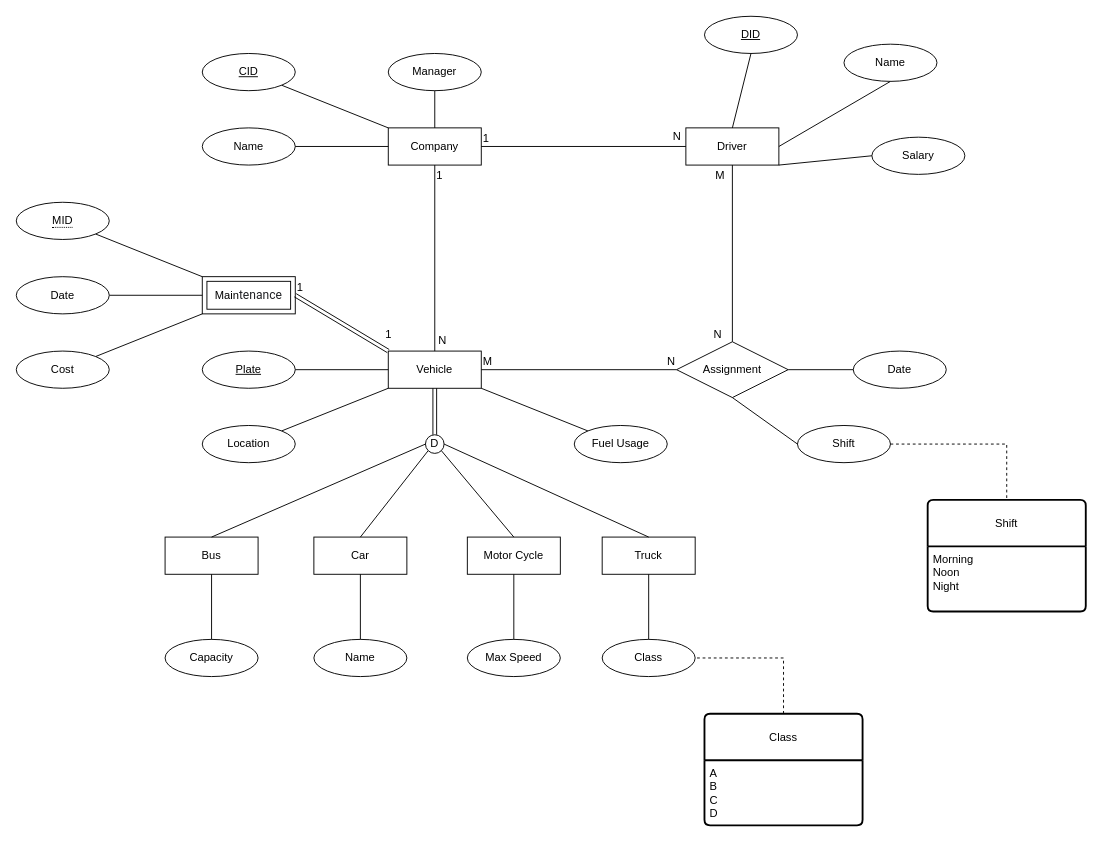
Before: ER Diagram.drawio in Shahab-Shahrashoob/Fleet-Management, a draw.io diagram. Source tidied: cells renumbered, new cells numbered last; positions are measured from the earlier drawing's top-left corner, leaving out a move shared by most shapes. Both pictures are drawn from the tidied source at 93%, with x=0, y=0 at pixel (16, 16).
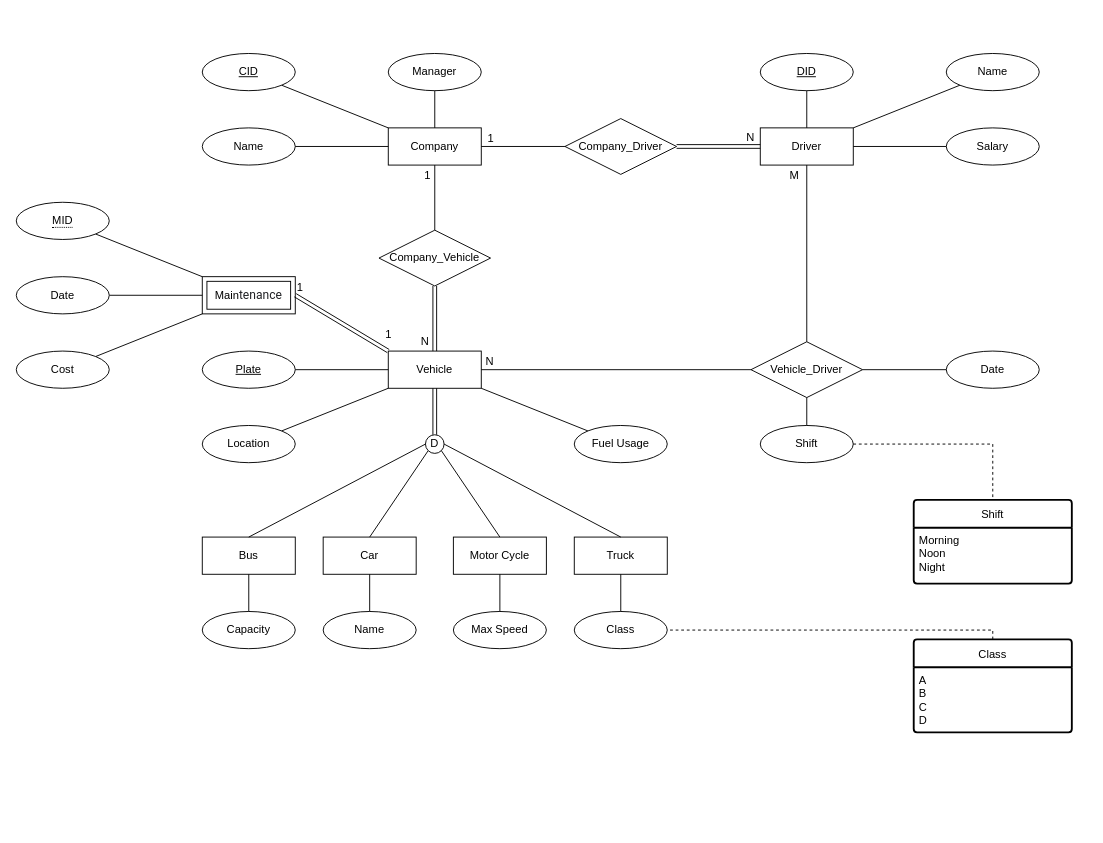
Above is the later version.

Unchanged cells that the change refers to:
```xml
<mxCell id="2" value="Company" style="whiteSpace=wrap;html=1;align=center;" parent="1" vertex="1">
  <mxGeometry x="400" y="120" width="100" height="40" as="geometry" />
</mxCell>
<mxCell id="3" value="Vehicle" style="whiteSpace=wrap;html=1;align=center;" parent="1" vertex="1">
  <mxGeometry x="400" y="360" width="100" height="40" as="geometry" />
</mxCell>
<mxCell id="40" style="endArrow=none;html=1;rounded=0;exitX=0.5;exitY=1;exitDx=0;exitDy=0;entryX=0.5;entryY=0;entryDx=0;entryDy=0;" parent="1" edge="1" source="4" target="23">
  <mxGeometry relative="1" as="geometry" />
</mxCell>
<mxCell id="43" style="endArrow=none;html=1;rounded=0;exitX=1;exitY=0.5;exitDx=0;exitDy=0;entryX=0;entryY=0.5;entryDx=0;entryDy=0;" parent="1" edge="1" source="3" target="23">
  <mxGeometry relative="1" as="geometry" />
</mxCell>
```

What changed in the source:
```diff
@@
     <mxCell id="4" value="Driver" style="whiteSpace=wrap;html=1;align=center;" parent="1" vertex="1">
-      <mxGeometry x="720" y="120" width="100" height="40" as="geometry" />
+      <mxGeometry x="800" y="120" width="100" height="40" as="geometry" />
     </mxCell>
@@
-    <mxCell id="6" style="endArrow=none;html=1;rounded=0;exitX=1;exitY=0.5;exitDx=0;exitDy=0;entryX=0;entryY=0.5;entryDx=0;entryDy=0;" parent="1" edge="1" source="2" target="4">
-      <mxGeometry relative="1" as="geometry" />
-    </mxCell>
-    <mxCell id="7" value="1" style="html=1;whiteSpace=wrap;align=left;verticalAlign=bottom;" parent="6" vertex="1">
-      <mxGeometry x="-1" relative="1" as="geometry" />
-    </mxCell>
-    <mxCell id="8" value="N" style="html=1;whiteSpace=wrap;align=right;verticalAlign=bottom;" parent="6" vertex="1">
-      <mxGeometry x="1" relative="1" as="geometry">
-        <mxPoint x="-4" y="-2" as="offset" />
-      </mxGeometry>
-    </mxCell>
     <mxCell id="9" value="DID" style="ellipse;whiteSpace=wrap;html=1;align=center;fontStyle=4;" parent="1" vertex="1">
-      <mxGeometry x="740" width="100" height="40" as="geometry" />
+      <mxGeometry x="800" y="40" width="100" height="40" as="geometry" />
     </mxCell>
-    <mxCell id="10" style="endArrow=none;html=1;rounded=0;exitX=0.5;exitY=1;exitDx=0;exitDy=0;entryX=0.5;entryY=0;entryDx=0;entryDy=0;" parent="1" edge="1" source="2" target="3">
-      <mxGeometry relative="1" as="geometry" />
-    </mxCell>
-    <mxCell id="11" value="1" style="html=1;whiteSpace=wrap;align=left;verticalAlign=bottom;" parent="10" vertex="1">
-      <mxGeometry x="-1" relative="1" as="geometry">
-        <mxPoint y="20" as="offset" />
-      </mxGeometry>
-    </mxCell>
-    <mxCell id="12" value="N" style="html=1;whiteSpace=wrap;align=right;verticalAlign=bottom;" parent="10" vertex="1">
-      <mxGeometry x="1" relative="1" as="geometry">
-        <mxPoint x="14" y="-3" as="offset" />
-      </mxGeometry>
-    </mxCell>
     <mxCell id="13" value="Name" style="ellipse;whiteSpace=wrap;html=1;align=center;" parent="1" vertex="1">
-      <mxGeometry x="890" y="30" width="100" height="40" as="geometry" />
+      <mxGeometry x="1000" y="40" width="100" height="40" as="geometry" />
     </mxCell>
     <mxCell id="14" value="Bus" style="whiteSpace=wrap;html=1;align=center;" parent="1" vertex="1">
-      <mxGeometry x="160" y="560" width="100" height="40" as="geometry" />
+      <mxGeometry x="200" y="560" width="100" height="40" as="geometry" />
     </mxCell>
     <mxCell id="15" value="Car" style="whiteSpace=wrap;html=1;align=center;" parent="1" vertex="1">
-      <mxGeometry x="320" y="560" width="100" height="40" as="geometry" />
+      <mxGeometry x="330" y="560" width="100" height="40" as="geometry" />
     </mxCell>
     <mxCell id="16" value="Motor Cycle" style="whiteSpace=wrap;html=1;align=center;" parent="1" vertex="1">
-      <mxGeometry x="485" y="560" width="100" height="40" as="geometry" />
+      <mxGeometry x="470" y="560" width="100" height="40" as="geometry" />
     </mxCell>
     <mxCell id="17" value="Truck" style="whiteSpace=wrap;html=1;align=center;" parent="1" vertex="1">
-      <mxGeometry x="630" y="560" width="100" height="40" as="geometry" />
+      <mxGeometry x="600" y="560" width="100" height="40" as="geometry" />
     </mxCell>
@@
-    <mxCell id="23" value="Assignment" style="shape=rhombus;perimeter=rhombusPerimeter;whiteSpace=wrap;html=1;align=center;" parent="1" vertex="1">
-      <mxGeometry x="710" y="350" width="120" height="60" as="geometry" />
+    <mxCell id="23" value="Vehicle_Driver" style="shape=rhombus;perimeter=rhombusPerimeter;whiteSpace=wrap;html=1;align=center;" parent="1" vertex="1">
+      <mxGeometry x="790" y="350" width="120" height="60" as="geometry" />
     </mxCell>
-    <mxCell id="24" style="endArrow=none;html=1;rounded=0;exitX=1;exitY=0.5;exitDx=0;exitDy=0;entryX=0.5;entryY=1;entryDx=0;entryDy=0;" parent="1" edge="1" source="4" target="13">
+    <mxCell id="24" style="endArrow=none;html=1;rounded=0;exitX=1;exitY=0;exitDx=0;exitDy=0;entryX=0;entryY=1;entryDx=0;entryDy=0;" parent="1" edge="1" source="4" target="13">
       <mxGeometry relative="1" as="geometry" />
     </mxCell>
     <mxCell id="25" value="Date" style="ellipse;whiteSpace=wrap;html=1;align=center;" parent="1" vertex="1">
-      <mxGeometry x="900" y="360" width="100" height="40" as="geometry" />
+      <mxGeometry x="1000" y="360" width="100" height="40" as="geometry" />
     </mxCell>
@@
     <mxCell id="33" value="Salary" style="ellipse;whiteSpace=wrap;html=1;align=center;" parent="1" vertex="1">
-      <mxGeometry x="920" y="130" width="100" height="40" as="geometry" />
+      <mxGeometry x="1000" y="120" width="100" height="40" as="geometry" />
     </mxCell>
-    <mxCell id="34" style="endArrow=none;html=1;rounded=0;exitX=1;exitY=1;exitDx=0;exitDy=0;entryX=0;entryY=0.5;entryDx=0;entryDy=0;" parent="1" edge="1" source="4" target="33">
+    <mxCell id="34" style="endArrow=none;html=1;rounded=0;exitX=1;exitY=0.5;exitDx=0;exitDy=0;entryX=0;entryY=0.5;entryDx=0;entryDy=0;" parent="1" edge="1" source="4" target="33">
       <mxGeometry relative="1" as="geometry" />
     </mxCell>
@@
-    <mxCell id="42" value="N" style="html=1;whiteSpace=wrap;align=right;verticalAlign=bottom;" parent="40" vertex="1">
-      <mxGeometry x="1" relative="1" as="geometry">
-        <mxPoint x="-10" as="offset" />
-      </mxGeometry>
-    </mxCell>
@@
-    <mxCell id="44" value="M" style="html=1;whiteSpace=wrap;align=left;verticalAlign=bottom;" parent="43" vertex="1">
-      <mxGeometry x="-1" relative="1" as="geometry" />
+    <mxCell id="44" value="N" style="html=1;whiteSpace=wrap;align=left;verticalAlign=bottom;" parent="43" vertex="1">
+      <mxGeometry x="-1" relative="1" as="geometry">
+        <mxPoint x="3" y="-1" as="offset" />
+      </mxGeometry>
     </mxCell>
-    <mxCell id="45" value="N" style="html=1;whiteSpace=wrap;align=right;verticalAlign=bottom;" parent="43" vertex="1">
-      <mxGeometry x="1" relative="1" as="geometry" />
-    </mxCell>
     <mxCell id="46" value="Shift" style="ellipse;whiteSpace=wrap;html=1;align=center;" parent="1" vertex="1">
-      <mxGeometry x="840" y="440" width="100" height="40" as="geometry" />
+      <mxGeometry x="800" y="440" width="100" height="40" as="geometry" />
     </mxCell>
-    <mxCell id="47" value="&lt;span style=&quot;font-size: 12px;&quot;&gt;Shift&lt;/span&gt;" style="swimlane;horizontal=1;startSize=50;rounded=1;fontSize=14;fontStyle=0;strokeWidth=2;shadow=0;dashed=0;align=center;arcSize=4;whiteSpace=wrap;html=1;" parent="1" vertex="1">
-      <mxGeometry x="980" y="520" width="170" height="120" as="geometry" />
+    <mxCell id="47" value="&lt;span style=&quot;font-size: 12px;&quot;&gt;Shift&lt;/span&gt;" style="swimlane;horizontal=1;startSize=30;rounded=1;fontSize=14;fontStyle=0;strokeWidth=2;shadow=0;dashed=0;align=center;arcSize=4;whiteSpace=wrap;html=1;" parent="1" vertex="1">
+      <mxGeometry x="965" y="520" width="170" height="90" as="geometry" />
     </mxCell>
     <mxCell id="48" value="Morning&lt;div&gt;Noon&lt;/div&gt;&lt;div&gt;Night&lt;/div&gt;" style="align=left;strokeColor=none;fillColor=none;spacingLeft=4;fontSize=12;verticalAlign=top;html=1;" parent="47" vertex="1">
-      <mxGeometry y="50" width="170" height="70" as="geometry" />
+      <mxGeometry y="30" width="170" height="60" as="geometry" />
     </mxCell>
-    <mxCell id="49" style="endArrow=none;html=1;rounded=0;exitX=0.5;exitY=1;exitDx=0;exitDy=0;entryX=0;entryY=0.5;entryDx=0;entryDy=0;" parent="1" edge="1" source="23" target="46">
+    <mxCell id="49" style="endArrow=none;html=1;rounded=0;exitX=0.5;exitY=1;exitDx=0;exitDy=0;entryX=0.5;entryY=0;entryDx=0;entryDy=0;" parent="1" edge="1" source="23" target="46">
       <mxGeometry relative="1" as="geometry" />
     </mxCell>
@@
     <mxCell id="53" value="Capacity" style="ellipse;whiteSpace=wrap;html=1;align=center;" parent="1" vertex="1">
-      <mxGeometry x="160" y="670" width="100" height="40" as="geometry" />
+      <mxGeometry x="200" y="640" width="100" height="40" as="geometry" />
     </mxCell>
     <mxCell id="54" value="Class" style="ellipse;whiteSpace=wrap;html=1;align=center;" parent="1" vertex="1">
-      <mxGeometry x="630" y="670" width="100" height="40" as="geometry" />
+      <mxGeometry x="600" y="640" width="100" height="40" as="geometry" />
     </mxCell>
     <mxCell id="55" value="Max Speed" style="ellipse;whiteSpace=wrap;html=1;align=center;" parent="1" vertex="1">
-      <mxGeometry x="485" y="670" width="100" height="40" as="geometry" />
+      <mxGeometry x="470" y="640" width="100" height="40" as="geometry" />
     </mxCell>
     <mxCell id="56" value="Name" style="ellipse;whiteSpace=wrap;html=1;align=center;" parent="1" vertex="1">
-      <mxGeometry x="320" y="670" width="100" height="40" as="geometry" />
+      <mxGeometry x="330" y="640" width="100" height="40" as="geometry" />
     </mxCell>
@@
-    <mxCell id="64" value="&lt;span style=&quot;font-size: 12px;&quot;&gt;Class&lt;/span&gt;" style="swimlane;horizontal=1;startSize=50;rounded=1;fontSize=14;fontStyle=0;strokeWidth=2;shadow=0;dashed=0;align=center;arcSize=4;whiteSpace=wrap;html=1;" parent="1" vertex="1">
-      <mxGeometry x="740" y="750" width="170" height="120" as="geometry" />
+    <mxCell id="64" value="&lt;span style=&quot;font-size: 12px;&quot;&gt;Class&lt;/span&gt;" style="swimlane;horizontal=1;startSize=30;rounded=1;fontSize=14;fontStyle=0;strokeWidth=2;shadow=0;dashed=0;align=center;arcSize=4;whiteSpace=wrap;html=1;" parent="1" vertex="1">
+      <mxGeometry x="965" y="670" width="170" height="100" as="geometry" />
     </mxCell>
     <mxCell id="65" value="A&lt;div&gt;B&lt;/div&gt;&lt;div&gt;C&lt;/div&gt;&lt;div&gt;D&lt;/div&gt;" style="align=left;strokeColor=none;fillColor=none;spacingLeft=4;fontSize=12;verticalAlign=top;html=1;" parent="64" vertex="1">
-      <mxGeometry y="50" width="170" height="70" as="geometry" />
+      <mxGeometry y="30" width="170" height="70" as="geometry" />
     </mxCell>
@@
+    <mxCell id="75" value="Company_Driver" style="shape=rhombus;perimeter=rhombusPerimeter;whiteSpace=wrap;html=1;align=center;" parent="1" vertex="1">
+      <mxGeometry x="590" y="110" width="120" height="60" as="geometry" />
+    </mxCell>
+    <mxCell id="76" value="Company_Vehicle" style="shape=rhombus;perimeter=rhombusPerimeter;whiteSpace=wrap;html=1;align=center;" parent="1" vertex="1">
+      <mxGeometry x="390" y="230" width="120" height="60" as="geometry" />
+    </mxCell>
+    <mxCell id="77" style="shape=link;html=1;rounded=0;entryX=0;entryY=0.5;entryDx=0;entryDy=0;exitX=1;exitY=0.5;exitDx=0;exitDy=0;" parent="1" edge="1" source="75" target="4">
+      <mxGeometry relative="1" as="geometry" />
+    </mxCell>
+    <mxCell id="78" value="N" style="html=1;whiteSpace=wrap;align=right;verticalAlign=bottom;" parent="77" vertex="1">
+      <mxGeometry x="1" relative="1" as="geometry">
+        <mxPoint x="-5" y="-1" as="offset" />
+      </mxGeometry>
+    </mxCell>
+    <mxCell id="79" style="endArrow=none;html=1;rounded=0;exitX=0;exitY=0.5;exitDx=0;exitDy=0;entryX=1;entryY=0.5;entryDx=0;entryDy=0;" parent="1" edge="1" source="75" target="2">
+      <mxGeometry relative="1" as="geometry" />
+    </mxCell>
+    <mxCell id="80" value="1" style="html=1;whiteSpace=wrap;align=right;verticalAlign=bottom;" parent="79" vertex="1">
+      <mxGeometry x="1" relative="1" as="geometry">
+        <mxPoint x="15" as="offset" />
+      </mxGeometry>
+    </mxCell>
+    <mxCell id="81" style="shape=link;html=1;rounded=0;exitX=0.5;exitY=1;exitDx=0;exitDy=0;entryX=0.5;entryY=0;entryDx=0;entryDy=0;" parent="1" edge="1" source="76" target="3">
+      <mxGeometry relative="1" as="geometry" />
+    </mxCell>
+    <mxCell id="82" value="N" style="html=1;whiteSpace=wrap;align=right;verticalAlign=bottom;" parent="81" vertex="1">
+      <mxGeometry x="1" relative="1" as="geometry">
+        <mxPoint x="-5" y="-2" as="offset" />
+      </mxGeometry>
+    </mxCell>
+    <mxCell id="83" style="endArrow=none;html=1;rounded=0;entryX=0.5;entryY=1;entryDx=0;entryDy=0;exitX=0.5;exitY=0;exitDx=0;exitDy=0;" parent="1" edge="1" source="76" target="2">
+      <mxGeometry relative="1" as="geometry" />
+    </mxCell>
+    <mxCell id="84" value="1" style="html=1;whiteSpace=wrap;align=right;verticalAlign=bottom;" parent="83" vertex="1">
+      <mxGeometry x="1" relative="1" as="geometry">
+        <mxPoint x="-3" y="19" as="offset" />
+      </mxGeometry>
+    </mxCell>
```
